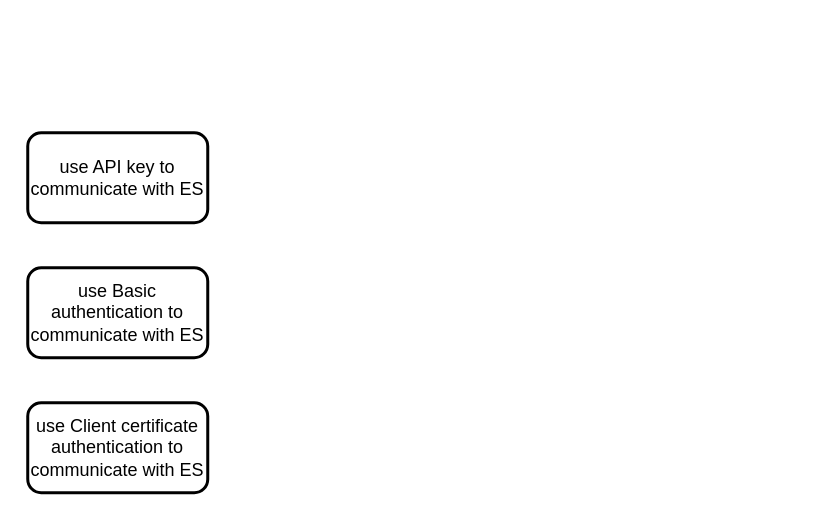
The draw.io diagram page "Secure Audit beat" (6 of 6) of My Articles/elastic stack/Audit Beat Understanding.drawio in paramothers/books, before the edit. Source tidied: cells renumbered, new cells numbered last; positions are measured from the earlier drawing's top-left corner, leaving out a move shared by most shapes. Both pictures are drawn from the tidied source at 150%, with x=0, y=0 at pixel (27, 132).
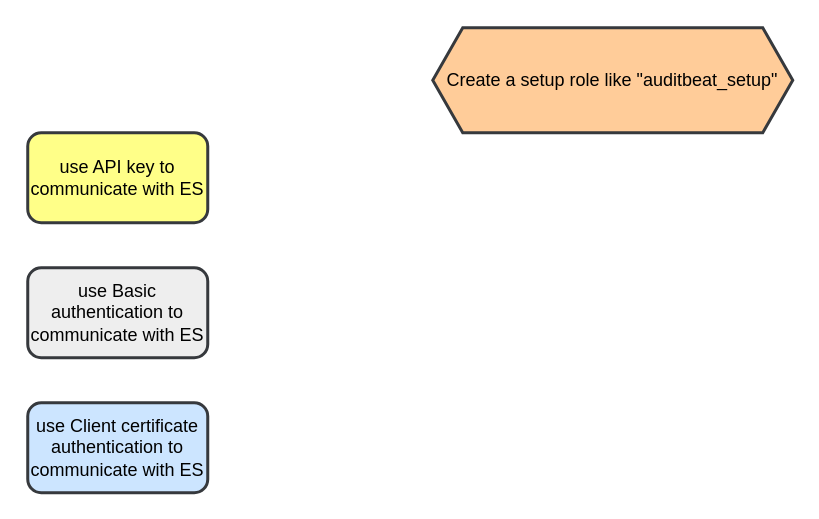
After the change.

Diff of the diagram source:
```diff
@@
 <mxGraphModel>
   <root>
     <mxCell id="0" />
     <mxCell id="1" parent="0" />
-    <mxCell id="2" value="use API key to communicate with ES" style="rounded=1;whiteSpace=wrap;html=1;strokeColor=#000000;strokeWidth=2;fontSize=12;" parent="1" vertex="1">
+    <mxCell id="2" value="use API key to communicate with ES" style="rounded=1;whiteSpace=wrap;html=1;strokeColor=#36393d;strokeWidth=2;fontSize=12;fillColor=#ffff88;" parent="1" vertex="1">
       <mxGeometry width="120" height="60" as="geometry" />
     </mxCell>
-    <mxCell id="3" value="use Basic authentication to communicate with ES" style="rounded=1;whiteSpace=wrap;html=1;strokeColor=#000000;strokeWidth=2;fontSize=12;" parent="1" vertex="1">
+    <mxCell id="3" value="use Basic authentication to communicate with ES" style="rounded=1;whiteSpace=wrap;html=1;strokeColor=#36393d;strokeWidth=2;fontSize=12;fillColor=#eeeeee;" parent="1" vertex="1">
       <mxGeometry y="90" width="120" height="60" as="geometry" />
     </mxCell>
-    <mxCell id="4" value="use Client certificate authentication to communicate with ES" style="rounded=1;whiteSpace=wrap;html=1;strokeColor=#000000;strokeWidth=2;fontSize=12;" parent="1" vertex="1">
+    <mxCell id="4" value="use Client certificate authentication to communicate with ES" style="rounded=1;whiteSpace=wrap;html=1;strokeColor=#36393d;strokeWidth=2;fontSize=12;fillColor=#cce5ff;" parent="1" vertex="1">
       <mxGeometry y="180" width="120" height="60" as="geometry" />
     </mxCell>
+    <mxCell id="5" value="Create a setup role like &quot;auditbeat_setup&quot;" style="shape=hexagon;perimeter=hexagonPerimeter2;whiteSpace=wrap;html=1;fixedSize=1;strokeColor=#36393d;strokeWidth=2;fontSize=12;fillColor=#ffcc99;" parent="1" vertex="1">
+      <mxGeometry x="270" y="-70" width="240" height="70" as="geometry" />
+    </mxCell>
   </root>
 </mxGraphModel>
```
